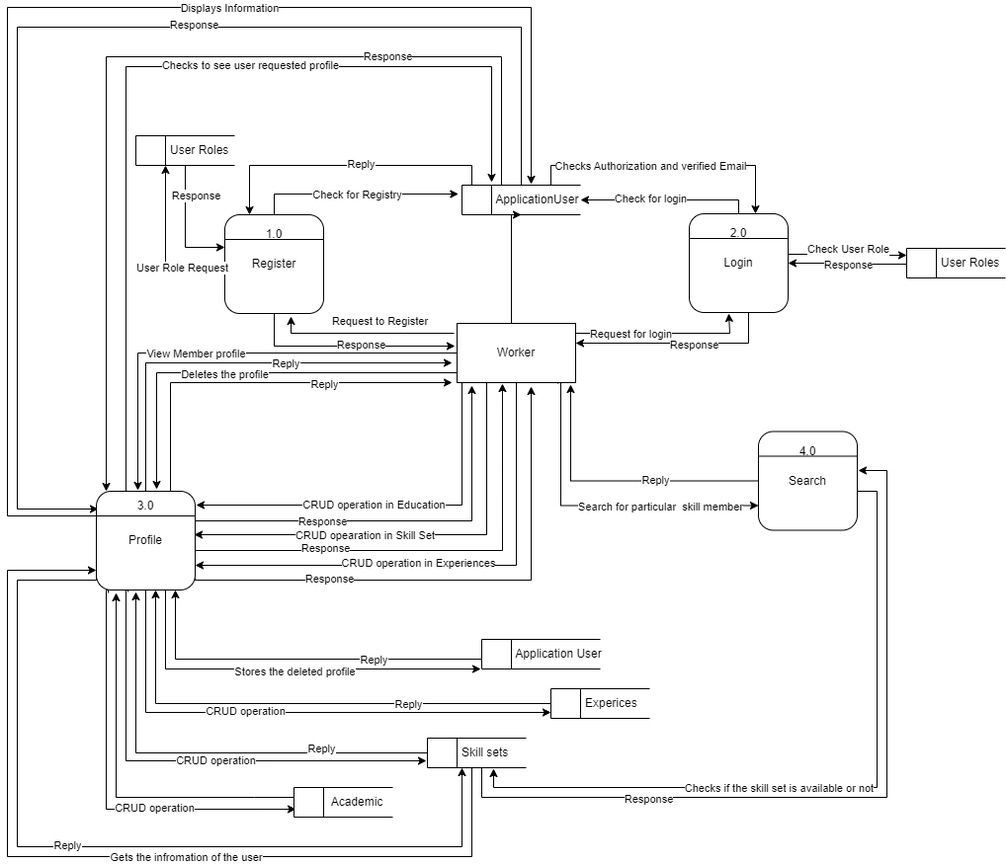
Above: dfd lvl1.png in SujinRajak/WorkersManaginHub (draw.io), before the change. Source tidied: cells renumbered, new cells last; positions are measured from the earlier drawing's top-left corner, leaving out a move shared by most shapes.
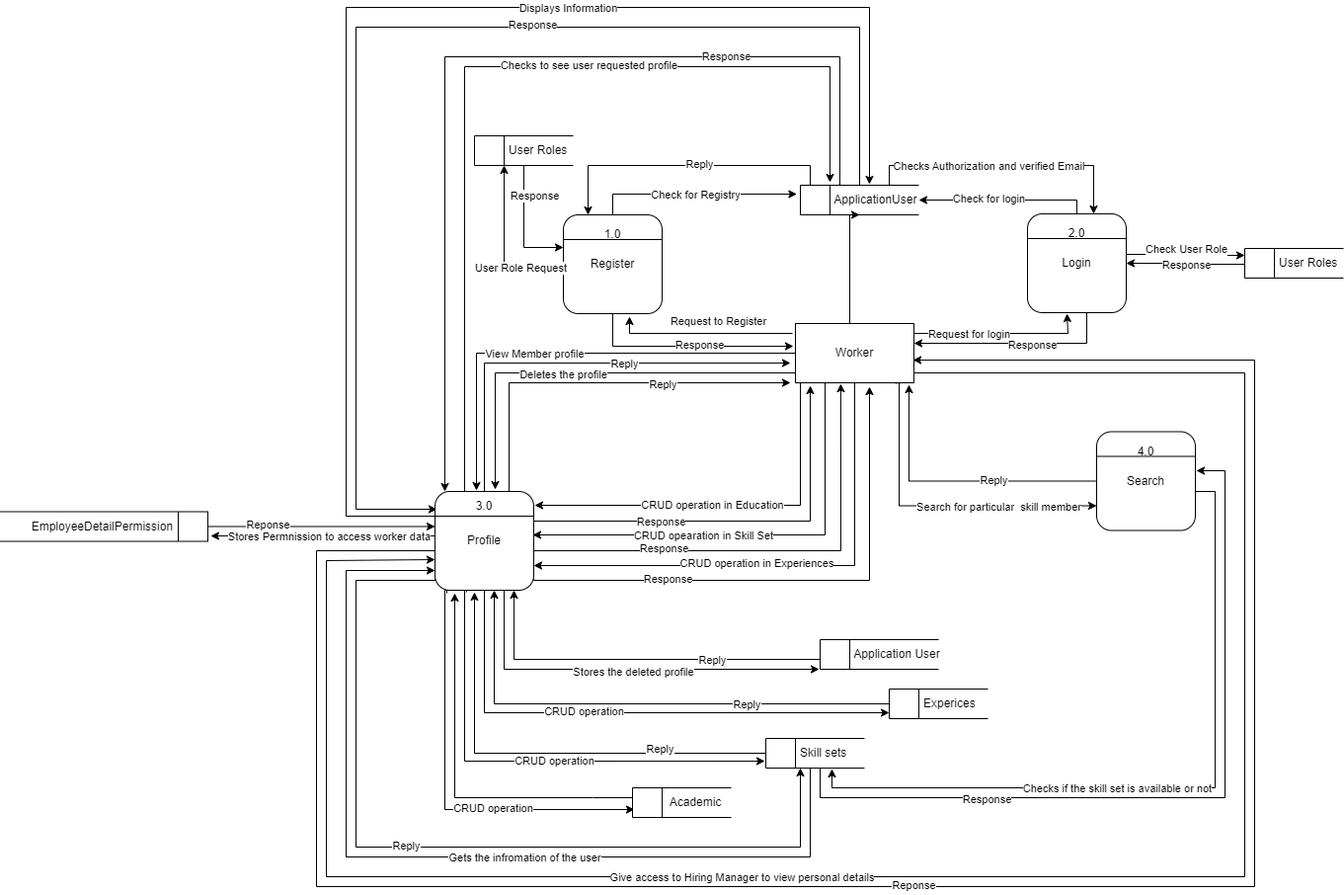
After the commit.

Commit message:
added Employee Permission

Diff of the diagram source:
```diff
@@ -176,6 +176,20 @@
     <mxCell id="34" value="Deletes the profile" style="edgeLabel;html=1;align=center;verticalAlign=middle;" parent="33" vertex="1">
       <mxGeometry x="0.13" y="1" relative="1" as="geometry" />
     </mxCell>
+    <mxCell id="114" style="edgeStyle=orthogonalEdgeStyle;rounded=0;jettySize=auto;html=1;exitX=1;exitY=0.75;exitDx=0;exitDy=0;entryX=0;entryY=0.69;entryDx=0;entryDy=0;entryPerimeter=0;" parent="1" edge="1" source="35" target="76">
+      <mxGeometry relative="1" as="geometry">
+        <Array as="points">
+          <mxPoint x="575" y="370" />
+          <mxPoint x="910" y="370" />
+          <mxPoint x="910" y="880" />
+          <mxPoint x="-20" y="880" />
+          <mxPoint x="-20" y="560" />
+        </Array>
+      </mxGeometry>
+    </mxCell>
+    <mxCell id="115" value="Give access to Hiring Manager to view personal details" style="edgeLabel;html=1;align=center;verticalAlign=middle;" parent="114" vertex="1">
+      <mxGeometry x="0.23" relative="1" as="geometry" />
+    </mxCell>
     <mxCell id="35" value="Worker" style="rounded=0;whiteSpace=wrap;html=1;" parent="1" vertex="1">
       <mxGeometry x="455" y="320" width="120" height="60" as="geometry" />
     </mxCell>
@@ -614,5 +628,43 @@
         <mxPoint x="10" y="3" as="offset" />
       </mxGeometry>
     </mxCell>
+    <mxCell id="116" style="edgeStyle=orthogonalEdgeStyle;rounded=0;jettySize=auto;html=1;exitX=0;exitY=0.5;exitDx=0;exitDy=0;entryX=0.992;entryY=0.617;entryDx=0;entryDy=0;entryPerimeter=0;" parent="1" edge="1" source="76" target="35">
+      <mxGeometry relative="1" as="geometry">
+        <Array as="points">
+          <mxPoint x="90" y="550" />
+          <mxPoint x="-30" y="550" />
+          <mxPoint x="-30" y="890" />
+          <mxPoint x="920" y="890" />
+          <mxPoint x="920" y="357" />
+        </Array>
+      </mxGeometry>
+    </mxCell>
+    <mxCell id="117" value="Reponse" style="edgeLabel;html=1;align=center;verticalAlign=middle;" parent="116" vertex="1">
+      <mxGeometry x="-0.07" y="2" relative="1" as="geometry" />
+    </mxCell>
+    <mxCell id="118" value="&amp;nbsp; &amp;nbsp; &amp;nbsp; &amp;nbsp; EmployeeDetailPermission" style="html=1;dashed=0;whitespace=wrap;shape=mxgraph.dfd.dataStoreID;align=left;spacingLeft=3;points=[[0,0],[0.5,0],[1,0],[0,0.5],[1,0.5],[0,1],[0.5,1],[1,1]];direction=west;" parent="1" vertex="1">
+      <mxGeometry x="-350" y="510.5" width="210" height="30" as="geometry" />
+    </mxCell>
+    <mxCell id="119" style="edgeStyle=orthogonalEdgeStyle;rounded=0;jettySize=auto;html=1;entryX=0;entryY=0.355;entryDx=0;entryDy=0;entryPerimeter=0;" parent="1" edge="1" source="118" target="76">
+      <mxGeometry relative="1" as="geometry" />
+    </mxCell>
+    <mxCell id="120" value="Reponse" style="edgeLabel;html=1;align=center;verticalAlign=middle;" parent="119" vertex="1">
+      <mxGeometry x="-0.48" y="3" relative="1" as="geometry">
+        <mxPoint y="1" as="offset" />
+      </mxGeometry>
+    </mxCell>
+    <mxCell id="121" style="edgeStyle=orthogonalEdgeStyle;rounded=0;jettySize=auto;html=1;entryX=-0.014;entryY=0.183;entryDx=0;entryDy=0;entryPerimeter=0;" parent="1" edge="1" source="76" target="118">
+      <mxGeometry relative="1" as="geometry">
+        <Array as="points">
+          <mxPoint x="30" y="535" />
+          <mxPoint x="30" y="535" />
+        </Array>
+      </mxGeometry>
+    </mxCell>
+    <mxCell id="122" value="Stores Permnission to access worker data" style="edgeLabel;html=1;align=center;verticalAlign=middle;" parent="121" vertex="1">
+      <mxGeometry x="0.25" y="-1" relative="1" as="geometry">
+        <mxPoint x="35" y="1" as="offset" />
+      </mxGeometry>
+    </mxCell>
   </root>
 </mxGraphModel>
```
